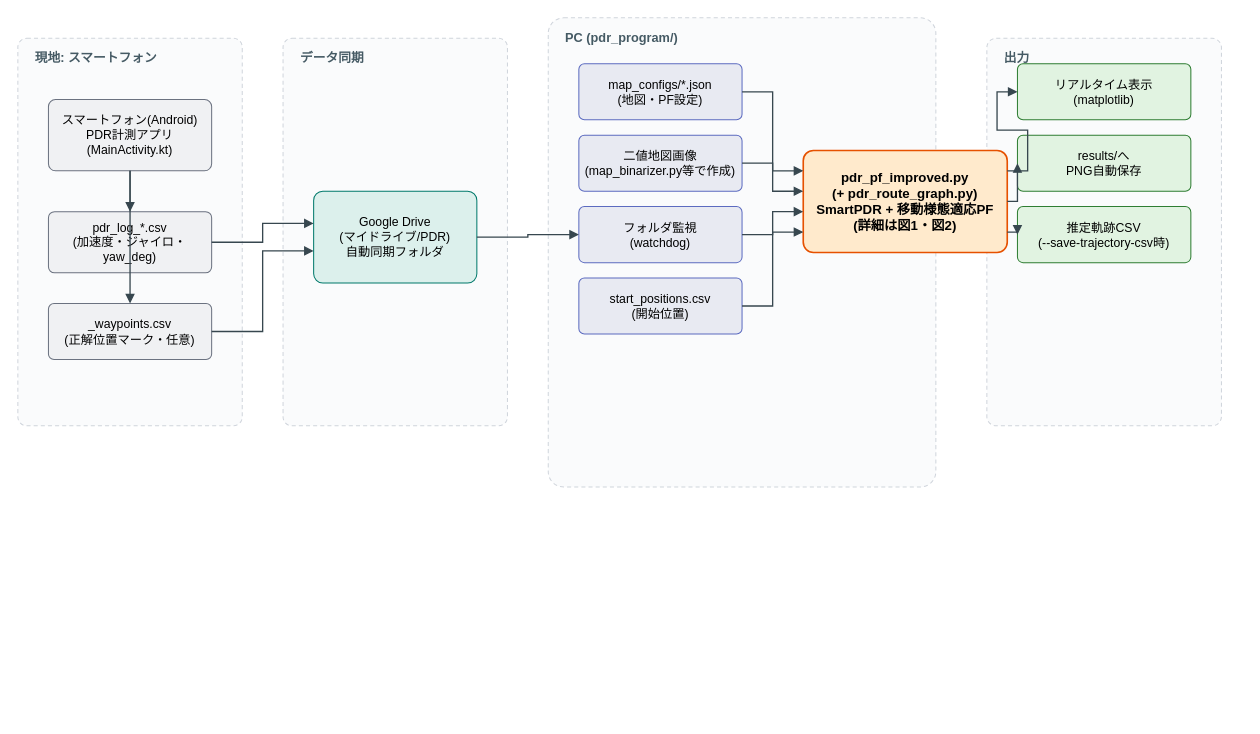
The draw.io diagram figures/pdr_system_diagram.drawio in i22satou/i22satou, before the edit. Source tidied: cells renumbered, new cells numbered last; positions are measured from the earlier drawing's top-left corner, leaving out a move shared by most shapes. Both pictures are drawn from the tidied source at 102%, with x=0, y=0 at pixel (17, 17).
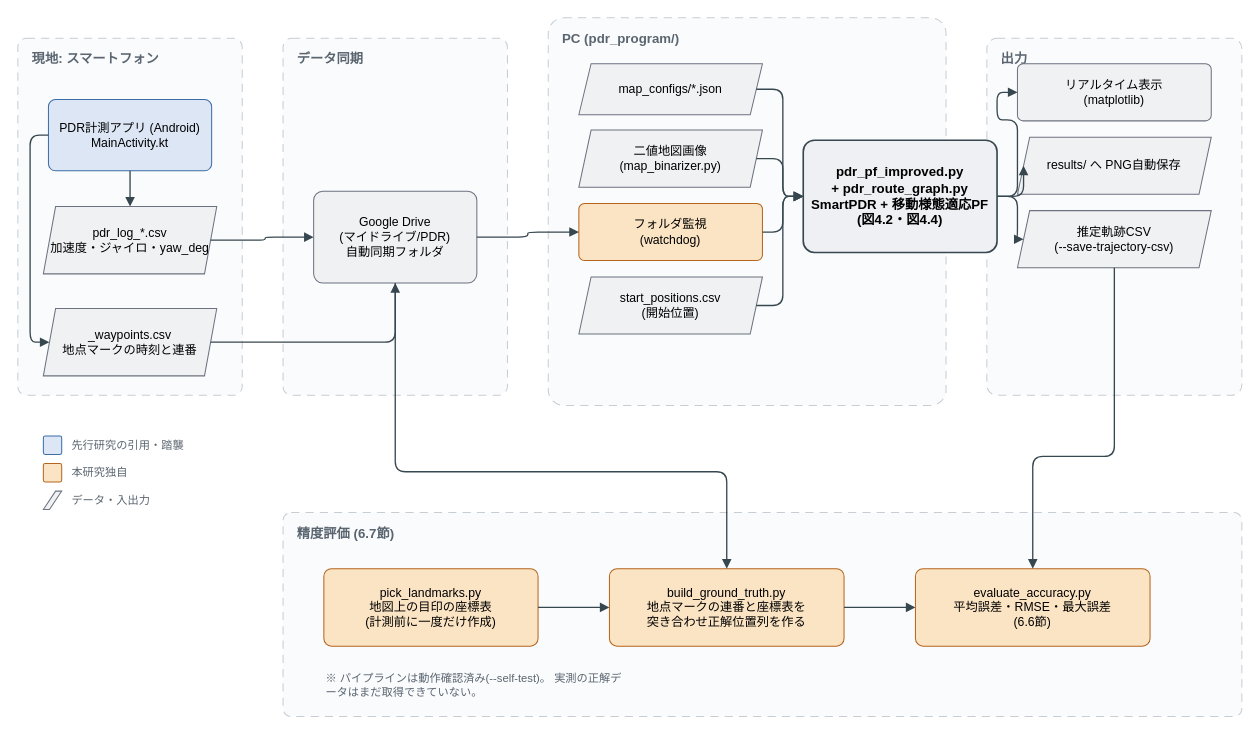
Above is the later version.

Diff of the diagram source:
```diff
@@
-    <mxCell id="2" style="rounded=1;arcSize=4;whiteSpace=wrap;html=1;fillColor=#FAFBFC;strokeColor=#D0D5DC;dashed=1;dashPattern=4 3;verticalAlign=top;" parent="1" vertex="1">
-      <mxGeometry y="20" width="220" height="380" as="geometry" />
+    <mxCell id="2" value="現地: スマートフォン" style="rounded=1;whiteSpace=wrap;html=1;fillColor=#FAFBFC;strokeColor=#C7CDD4;dashed=1;dashPattern=8 6;verticalAlign=top;align=left;spacingLeft=12;spacingTop=6;fontSize=13;fontColor=#5A6570;fontStyle=1;arcSize=4;" parent="1" vertex="1">
+      <mxGeometry y="20" width="220" height="350" as="geometry" />
     </mxCell>
-    <mxCell id="3" style="rounded=1;arcSize=4;whiteSpace=wrap;html=1;fillColor=#FAFBFC;strokeColor=#D0D5DC;dashed=1;dashPattern=4 3;verticalAlign=top;" parent="1" vertex="1">
-      <mxGeometry x="260" y="20" width="220" height="380" as="geometry" />
+    <mxCell id="3" value="データ同期" style="rounded=1;whiteSpace=wrap;html=1;fillColor=#FAFBFC;strokeColor=#C7CDD4;dashed=1;dashPattern=8 6;verticalAlign=top;align=left;spacingLeft=12;spacingTop=6;fontSize=13;fontColor=#5A6570;fontStyle=1;arcSize=4;" parent="1" vertex="1">
+      <mxGeometry x="260" y="20" width="220" height="350" as="geometry" />
     </mxCell>
-    <mxCell id="4" style="rounded=1;arcSize=4;whiteSpace=wrap;html=1;fillColor=#FAFBFC;strokeColor=#D0D5DC;dashed=1;dashPattern=4 3;verticalAlign=top;" parent="1" vertex="1">
-      <mxGeometry x="520" width="380" height="460" as="geometry" />
+    <mxCell id="4" value="PC (pdr_program/)" style="rounded=1;whiteSpace=wrap;html=1;fillColor=#FAFBFC;strokeColor=#C7CDD4;dashed=1;dashPattern=8 6;verticalAlign=top;align=left;spacingLeft=12;spacingTop=6;fontSize=13;fontColor=#5A6570;fontStyle=1;arcSize=4;" parent="1" vertex="1">
+      <mxGeometry x="520" width="390" height="380" as="geometry" />
     </mxCell>
-    <mxCell id="5" style="rounded=1;arcSize=4;whiteSpace=wrap;html=1;fillColor=#FAFBFC;strokeColor=#D0D5DC;dashed=1;dashPattern=4 3;verticalAlign=top;" parent="1" vertex="1">
-      <mxGeometry x="950" y="20" width="230" height="380" as="geometry" />
+    <mxCell id="5" value="出力" style="rounded=1;whiteSpace=wrap;html=1;fillColor=#FAFBFC;strokeColor=#C7CDD4;dashed=1;dashPattern=8 6;verticalAlign=top;align=left;spacingLeft=12;spacingTop=6;fontSize=13;fontColor=#5A6570;fontStyle=1;arcSize=4;" parent="1" vertex="1">
+      <mxGeometry x="950" y="20" width="250" height="350" as="geometry" />
     </mxCell>
+    <mxCell id="34" value="精度評価 (6.7節)" style="rounded=1;whiteSpace=wrap;html=1;fillColor=#FAFBFC;strokeColor=#C7CDD4;dashed=1;dashPattern=8 6;verticalAlign=top;align=left;spacingLeft=12;spacingTop=6;fontSize=13;fontColor=#5A6570;fontStyle=1;arcSize=4;" parent="1" vertex="1">
+      <mxGeometry x="260" y="485" width="940" height="200" as="geometry" />
+    </mxCell>
-    <mxCell id="6" value="スマートフォン(Android)&lt;br&gt;PDR計測アプリ&lt;br&gt;(MainActivity.kt)" style="rounded=1;whiteSpace=wrap;html=1;fillColor=#F0F1F3;strokeColor=#6B7280;fontSize=12;arcSize=10;" parent="1" vertex="1">
+    <mxCell id="6" value="PDR計測アプリ (Android)&lt;br&gt;MainActivity.kt" style="rounded=1;whiteSpace=wrap;html=1;fillColor=#DCE6F5;strokeColor=#3B6DA8;fontSize=12;arcSize=10;" parent="1" vertex="1">
       <mxGeometry x="30" y="80" width="160" height="70" as="geometry" />
     </mxCell>
-    <mxCell id="7" value="pdr_log_*.csv&lt;br&gt;(加速度・ジャイロ・yaw_deg)" style="rounded=1;whiteSpace=wrap;html=1;fillColor=#F0F1F3;strokeColor=#6B7280;fontSize=12;arcSize=10;" parent="1" vertex="1">
-      <mxGeometry x="30" y="190" width="160" height="60" as="geometry" />
+    <mxCell id="7" value="pdr_log_*.csv&lt;br&gt;加速度・ジャイロ・yaw_deg" style="shape=parallelogram;whiteSpace=wrap;html=1;fillColor=#F0F1F3;strokeColor=#6B7280;fontSize=12;perimeter=parallelogramPerimeter;arcSize=12;size=12;fixedSize=1;" parent="1" vertex="1">
+      <mxGeometry x="25" y="185" width="170" height="66" as="geometry" />
     </mxCell>
-    <mxCell id="8" value="_waypoints.csv&lt;br&gt;(正解位置マーク・任意)" style="rounded=1;whiteSpace=wrap;html=1;fillColor=#F0F1F3;strokeColor=#6B7280;fontSize=12;arcSize=10;" parent="1" vertex="1">
-      <mxGeometry x="30" y="280" width="160" height="55" as="geometry" />
+    <mxCell id="8" value="_waypoints.csv&lt;br&gt;地点マークの時刻と連番" style="shape=parallelogram;whiteSpace=wrap;html=1;fillColor=#F0F1F3;strokeColor=#6B7280;fontSize=12;perimeter=parallelogramPerimeter;arcSize=12;size=12;fixedSize=1;" parent="1" vertex="1">
+      <mxGeometry x="25" y="285" width="170" height="66" as="geometry" />
     </mxCell>
-    <mxCell id="9" value="Google Drive&lt;br&gt;(マイドライブ/PDR)&lt;br&gt;自動同期フォルダ" style="rounded=1;whiteSpace=wrap;html=1;fillColor=#DCF0EC;strokeColor=#00796B;fontSize=12;arcSize=10;" parent="1" vertex="1">
+    <mxCell id="9" value="Google Drive&lt;br&gt;(マイドライブ/PDR)&lt;br&gt;自動同期フォルダ" style="rounded=1;whiteSpace=wrap;html=1;fillColor=#F0F1F3;strokeColor=#6B7280;fontSize=12;arcSize=10;" parent="1" vertex="1">
       <mxGeometry x="290" y="170" width="160" height="90" as="geometry" />
     </mxCell>
+    <mxCell id="18" style="edgeStyle=orthogonalEdgeStyle;rounded=1;html=1;endArrow=block;endFill=1;strokeColor=#37474F;strokeWidth=1.3;jettySize=auto;" parent="1" edge="1" source="6" target="7">
+      <mxGeometry relative="1" as="geometry" />
+    </mxCell>
+    <mxCell id="19" style="edgeStyle=orthogonalEdgeStyle;rounded=1;html=1;endArrow=block;endFill=1;strokeColor=#37474F;strokeWidth=1.3;jettySize=auto;exitX=0;exitY=0.5;entryX=0;entryY=0.5;" parent="1" edge="1" source="6" target="8">
+      <mxGeometry relative="1" as="geometry">
+        <Array as="points">
+          <mxPoint x="12" y="115" />
+          <mxPoint x="12" y="318" />
+        </Array>
+      </mxGeometry>
+    </mxCell>
+    <mxCell id="20" style="edgeStyle=orthogonalEdgeStyle;rounded=1;html=1;endArrow=block;endFill=1;strokeColor=#37474F;strokeWidth=1.3;jettySize=auto;" parent="1" edge="1" source="7" target="9">
+      <mxGeometry relative="1" as="geometry" />
+    </mxCell>
+    <mxCell id="21" style="edgeStyle=orthogonalEdgeStyle;rounded=1;html=1;endArrow=block;endFill=1;strokeColor=#37474F;strokeWidth=1.3;jettySize=auto;exitX=1;exitY=0.5;entryX=0.5;entryY=1;" parent="1" edge="1" source="8" target="9">
+      <mxGeometry relative="1" as="geometry" />
+    </mxCell>
-    <mxCell id="10" value="map_configs/*.json&lt;br&gt;(地図・PF設定)" style="rounded=1;whiteSpace=wrap;html=1;fillColor=#E8EAF2;strokeColor=#5C6BC0;fontSize=12;arcSize=10;" parent="1" vertex="1">
-      <mxGeometry x="550" y="45" width="160" height="55" as="geometry" />
+    <mxCell id="10" value="map_configs/*.json" style="shape=parallelogram;whiteSpace=wrap;html=1;fillColor=#F0F1F3;strokeColor=#6B7280;fontSize=12;perimeter=parallelogramPerimeter;arcSize=12;size=12;fixedSize=1;" parent="1" vertex="1">
+      <mxGeometry x="550" y="45" width="180" height="50" as="geometry" />
     </mxCell>
-    <mxCell id="11" value="二値地図画像&lt;br&gt;(map_binarizer.py等で作成)" style="rounded=1;whiteSpace=wrap;html=1;fillColor=#E8EAF2;strokeColor=#5C6BC0;fontSize=12;arcSize=10;" parent="1" vertex="1">
-      <mxGeometry x="550" y="115" width="160" height="55" as="geometry" />
+    <mxCell id="11" value="二値地図画像&lt;br&gt;(map_binarizer.py)" style="shape=parallelogram;whiteSpace=wrap;html=1;fillColor=#F0F1F3;strokeColor=#6B7280;fontSize=12;perimeter=parallelogramPerimeter;arcSize=12;size=12;fixedSize=1;" parent="1" vertex="1">
+      <mxGeometry x="550" y="110" width="180" height="56" as="geometry" />
     </mxCell>
-    <mxCell id="12" value="フォルダ監視&lt;br&gt;(watchdog)" style="rounded=1;whiteSpace=wrap;html=1;fillColor=#E8EAF2;strokeColor=#5C6BC0;fontSize=12;arcSize=10;" parent="1" vertex="1">
-      <mxGeometry x="550" y="185" width="160" height="55" as="geometry" />
+    <mxCell id="12" value="フォルダ監視&lt;br&gt;(watchdog)" style="rounded=1;whiteSpace=wrap;html=1;fillColor=#FBE4C4;strokeColor=#B5651D;fontSize=12;arcSize=10;" parent="1" vertex="1">
+      <mxGeometry x="550" y="182" width="180" height="56" as="geometry" />
     </mxCell>
-    <mxCell id="13" value="start_positions.csv&lt;br&gt;(開始位置)" style="rounded=1;whiteSpace=wrap;html=1;fillColor=#E8EAF2;strokeColor=#5C6BC0;fontSize=12;arcSize=10;" parent="1" vertex="1">
-      <mxGeometry x="550" y="255" width="160" height="55" as="geometry" />
+    <mxCell id="13" value="start_positions.csv&lt;br&gt;(開始位置)" style="shape=parallelogram;whiteSpace=wrap;html=1;fillColor=#F0F1F3;strokeColor=#6B7280;fontSize=12;perimeter=parallelogramPerimeter;arcSize=12;size=12;fixedSize=1;" parent="1" vertex="1">
+      <mxGeometry x="550" y="254" width="180" height="56" as="geometry" />
     </mxCell>
-    <mxCell id="14" value="pdr_pf_improved.py&lt;br&gt;(+ pdr_route_graph.py)&lt;br&gt;SmartPDR + 移動様態適応PF&lt;br&gt;(詳細は図1・図2)" style="rounded=1;whiteSpace=wrap;html=1;fillColor=#FFEACC;strokeColor=#E65100;fontSize=13;fontStyle=1;arcSize=10;strokeWidth=1.6;" parent="1" vertex="1">
-      <mxGeometry x="770" y="130" width="200" height="100" as="geometry" />
+    <mxCell id="14" value="pdr_pf_improved.py&lt;br&gt;+ pdr_route_graph.py&lt;br&gt;SmartPDR + 移動様態適応PF&lt;br&gt;(図4.2・図4.4)" style="rounded=1;whiteSpace=wrap;html=1;fillColor=#EEF0F4;strokeColor=#37474F;fontSize=13;fontStyle=1;arcSize=10;strokeWidth=1.6;" parent="1" vertex="1">
+      <mxGeometry x="770" y="120" width="190" height="110" as="geometry" />
     </mxCell>
-    <mxCell id="15" value="リアルタイム表示&lt;br&gt;(matplotlib)" style="rounded=1;whiteSpace=wrap;html=1;fillColor=#E1F3E1;strokeColor=#2E7D32;fontSize=12;arcSize=10;" parent="1" vertex="1">
-      <mxGeometry x="980" y="45" width="170" height="55" as="geometry" />
-    </mxCell>
-    <mxCell id="16" value="results/へ&lt;br&gt;PNG自動保存" style="rounded=1;whiteSpace=wrap;html=1;fillColor=#E1F3E1;strokeColor=#2E7D32;fontSize=12;arcSize=10;" parent="1" vertex="1">
-      <mxGeometry x="980" y="115" width="170" height="55" as="geometry" />
-    </mxCell>
-    <mxCell id="17" value="推定軌跡CSV&lt;br&gt;(--save-trajectory-csv時)" style="rounded=1;whiteSpace=wrap;html=1;fillColor=#E1F3E1;strokeColor=#2E7D32;fontSize=12;arcSize=10;" parent="1" vertex="1">
-      <mxGeometry x="980" y="185" width="170" height="55" as="geometry" />
-    </mxCell>
-    <mxCell id="18" style="edgeStyle=orthogonalEdgeStyle;rounded=0;html=1;endArrow=block;endFill=1;strokeColor=#37474F;strokeWidth=1.3;jettySize=auto;fontSize=11;exitX=0.5;exitY=1;entryX=0.5;entryY=0;" parent="1" edge="1" source="6" target="7">
-      <mxGeometry relative="1" as="geometry" />
-    </mxCell>
-    <mxCell id="19" style="edgeStyle=orthogonalEdgeStyle;rounded=0;html=1;endArrow=block;endFill=1;strokeColor=#37474F;strokeWidth=1.3;jettySize=auto;fontSize=11;exitX=0.5;exitY=1;entryX=0.5;entryY=0;" parent="1" edge="1" source="6" target="8">
-      <mxGeometry relative="1" as="geometry" />
-    </mxCell>
-    <mxCell id="20" style="edgeStyle=orthogonalEdgeStyle;rounded=0;html=1;endArrow=block;endFill=1;strokeColor=#37474F;strokeWidth=1.3;jettySize=auto;fontSize=11;exitX=1;exitY=0.5;entryX=0;entryY=0.35;" parent="1" edge="1" source="7" target="9">
-      <mxGeometry relative="1" as="geometry" />
-    </mxCell>
-    <mxCell id="21" style="edgeStyle=orthogonalEdgeStyle;rounded=0;html=1;endArrow=block;endFill=1;strokeColor=#37474F;strokeWidth=1.3;jettySize=auto;fontSize=11;exitX=1;exitY=0.5;entryX=0;entryY=0.65;" parent="1" edge="1" source="8" target="9">
-      <mxGeometry relative="1" as="geometry" />
-    </mxCell>
-    <mxCell id="22" style="edgeStyle=orthogonalEdgeStyle;rounded=0;html=1;endArrow=block;endFill=1;strokeColor=#37474F;strokeWidth=1.3;jettySize=auto;fontSize=11;exitX=1;exitY=0.5;entryX=0;entryY=0.5;" parent="1" edge="1" source="9" target="12">
+    <mxCell id="22" style="edgeStyle=orthogonalEdgeStyle;rounded=1;html=1;endArrow=block;endFill=1;strokeColor=#37474F;strokeWidth=1.3;jettySize=auto;" parent="1" edge="1" source="9" target="12">
       <mxGeometry relative="1" as="geometry" />
     </mxCell>
-    <mxCell id="23" style="edgeStyle=orthogonalEdgeStyle;rounded=0;html=1;endArrow=block;endFill=1;strokeColor=#37474F;strokeWidth=1.3;jettySize=auto;fontSize=11;exitX=1;exitY=0.5;entryX=0;entryY=0.2;" parent="1" edge="1" source="10" target="14">
+    <mxCell id="23" style="edgeStyle=orthogonalEdgeStyle;rounded=1;html=1;endArrow=block;endFill=1;strokeColor=#37474F;strokeWidth=1.3;jettySize=auto;exitX=1;exitY=0.5;entryX=0;entryY=0.5;" parent="1" edge="1" source="10" target="14">
       <mxGeometry relative="1" as="geometry" />
     </mxCell>
-    <mxCell id="24" style="edgeStyle=orthogonalEdgeStyle;rounded=0;html=1;endArrow=block;endFill=1;strokeColor=#37474F;strokeWidth=1.3;jettySize=auto;fontSize=11;exitX=1;exitY=0.5;entryX=0;entryY=0.4;" parent="1" edge="1" source="11" target="14">
+    <mxCell id="24" style="edgeStyle=orthogonalEdgeStyle;rounded=1;html=1;endArrow=block;endFill=1;strokeColor=#37474F;strokeWidth=1.3;jettySize=auto;exitX=1;exitY=0.5;entryX=0;entryY=0.5;" parent="1" edge="1" source="11" target="14">
       <mxGeometry relative="1" as="geometry" />
     </mxCell>
-    <mxCell id="25" style="edgeStyle=orthogonalEdgeStyle;rounded=0;html=1;endArrow=block;endFill=1;strokeColor=#37474F;strokeWidth=1.3;jettySize=auto;fontSize=11;exitX=1;exitY=0.5;entryX=0;entryY=0.6;" parent="1" edge="1" source="12" target="14">
+    <mxCell id="25" style="edgeStyle=orthogonalEdgeStyle;rounded=1;html=1;endArrow=block;endFill=1;strokeColor=#37474F;strokeWidth=1.3;jettySize=auto;exitX=1;exitY=0.5;entryX=0;entryY=0.5;" parent="1" edge="1" source="12" target="14">
       <mxGeometry relative="1" as="geometry" />
     </mxCell>
-    <mxCell id="26" style="edgeStyle=orthogonalEdgeStyle;rounded=0;html=1;endArrow=block;endFill=1;strokeColor=#37474F;strokeWidth=1.3;jettySize=auto;fontSize=11;exitX=1;exitY=0.5;entryX=0;entryY=0.8;" parent="1" edge="1" source="13" target="14">
+    <mxCell id="26" style="edgeStyle=orthogonalEdgeStyle;rounded=1;html=1;endArrow=block;endFill=1;strokeColor=#37474F;strokeWidth=1.3;jettySize=auto;exitX=1;exitY=0.5;entryX=0;entryY=0.5;" parent="1" edge="1" source="13" target="14">
       <mxGeometry relative="1" as="geometry" />
     </mxCell>
+    <mxCell id="15" value="リアルタイム表示&lt;br&gt;(matplotlib)" style="rounded=1;whiteSpace=wrap;html=1;fillColor=#F0F1F3;strokeColor=#6B7280;fontSize=12;arcSize=10;" parent="1" vertex="1">
+      <mxGeometry x="980" y="45" width="190" height="56" as="geometry" />
+    </mxCell>
+    <mxCell id="16" value="results/ へ PNG自動保存" style="shape=parallelogram;whiteSpace=wrap;html=1;fillColor=#F0F1F3;strokeColor=#6B7280;fontSize=12;perimeter=parallelogramPerimeter;arcSize=12;size=12;fixedSize=1;" parent="1" vertex="1">
+      <mxGeometry x="980" y="117" width="190" height="56" as="geometry" />
+    </mxCell>
+    <mxCell id="17" value="推定軌跡CSV&lt;br&gt;(--save-trajectory-csv)" style="shape=parallelogram;whiteSpace=wrap;html=1;fillColor=#F0F1F3;strokeColor=#6B7280;fontSize=12;perimeter=parallelogramPerimeter;arcSize=12;size=12;fixedSize=1;" parent="1" vertex="1">
+      <mxGeometry x="980" y="189" width="190" height="56" as="geometry" />
+    </mxCell>
-    <mxCell id="27" style="edgeStyle=orthogonalEdgeStyle;rounded=0;html=1;endArrow=block;endFill=1;strokeColor=#37474F;strokeWidth=1.3;jettySize=auto;fontSize=11;exitX=1;exitY=0.2;entryX=0;entryY=0.5;" parent="1" edge="1" source="14" target="15">
+    <mxCell id="27" style="edgeStyle=orthogonalEdgeStyle;rounded=1;html=1;endArrow=block;endFill=1;strokeColor=#37474F;strokeWidth=1.3;jettySize=auto;exitX=1;exitY=0.5;entryX=0;entryY=0.5;" parent="1" edge="1" source="14" target="15">
       <mxGeometry relative="1" as="geometry" />
     </mxCell>
-    <mxCell id="28" style="edgeStyle=orthogonalEdgeStyle;rounded=0;html=1;endArrow=block;endFill=1;strokeColor=#37474F;strokeWidth=1.3;jettySize=auto;fontSize=11;exitX=1;exitY=0.5;entryX=0;entryY=0.5;" parent="1" edge="1" source="14" target="16">
+    <mxCell id="28" style="edgeStyle=orthogonalEdgeStyle;rounded=1;html=1;endArrow=block;endFill=1;strokeColor=#37474F;strokeWidth=1.3;jettySize=auto;exitX=1;exitY=0.5;entryX=0;entryY=0.5;" parent="1" edge="1" source="14" target="16">
       <mxGeometry relative="1" as="geometry" />
     </mxCell>
-    <mxCell id="29" style="edgeStyle=orthogonalEdgeStyle;rounded=0;html=1;endArrow=block;endFill=1;strokeColor=#37474F;strokeWidth=1.3;jettySize=auto;fontSize=11;exitX=1;exitY=0.8;entryX=0;entryY=0.5;" parent="1" edge="1" source="14" target="17">
+    <mxCell id="29" style="edgeStyle=orthogonalEdgeStyle;rounded=1;html=1;endArrow=block;endFill=1;strokeColor=#37474F;strokeWidth=1.3;jettySize=auto;exitX=1;exitY=0.5;entryX=0;entryY=0.5;" parent="1" edge="1" source="14" target="17">
       <mxGeometry relative="1" as="geometry" />
     </mxCell>
-    <mxCell id="30" value="現地: スマートフォン" style="text;html=1;align=left;verticalAlign=middle;fontSize=12.5;fontStyle=1;fontColor=#455A64;" parent="1" vertex="1">
-      <mxGeometry x="15" y="30" width="200" height="20" as="geometry" />
-    </mxCell>
-    <mxCell id="31" value="データ同期" style="text;html=1;align=left;verticalAlign=middle;fontSize=12.5;fontStyle=1;fontColor=#455A64;" parent="1" vertex="1">
-      <mxGeometry x="275" y="30" width="200" height="20" as="geometry" />
-    </mxCell>
-    <mxCell id="32" value="PC (pdr_program/)" style="text;html=1;align=left;verticalAlign=middle;fontSize=12.5;fontStyle=1;fontColor=#455A64;" parent="1" vertex="1">
-      <mxGeometry x="535" y="10" width="300" height="20" as="geometry" />
-    </mxCell>
-    <mxCell id="33" value="出力" style="text;html=1;align=left;verticalAlign=middle;fontSize=12.5;fontStyle=1;fontColor=#455A64;" parent="1" vertex="1">
-      <mxGeometry x="965" y="30" width="200" height="20" as="geometry" />
-    </mxCell>
+    <mxCell id="35" value="pick_landmarks.py&lt;br&gt;地図上の目印の座標表&lt;br&gt;(計測前に一度だけ作成)" style="rounded=1;whiteSpace=wrap;html=1;fillColor=#FBE4C4;strokeColor=#B5651D;fontSize=12;arcSize=10;" parent="1" vertex="1">
+      <mxGeometry x="300" y="540" width="210" height="76" as="geometry" />
+    </mxCell>
+    <mxCell id="36" value="build_ground_truth.py&lt;br&gt;地点マークの連番と座標表を&lt;br&gt;突き合わせ正解位置列を作る" style="rounded=1;whiteSpace=wrap;html=1;fillColor=#FBE4C4;strokeColor=#B5651D;fontSize=12;arcSize=10;" parent="1" vertex="1">
+      <mxGeometry x="580" y="540" width="230" height="76" as="geometry" />
+    </mxCell>
+    <mxCell id="37" value="evaluate_accuracy.py&lt;br&gt;平均誤差・RMSE・最大誤差&lt;br&gt;(6.6節)" style="rounded=1;whiteSpace=wrap;html=1;fillColor=#FBE4C4;strokeColor=#B5651D;fontSize=12;arcSize=10;" parent="1" vertex="1">
+      <mxGeometry x="880" y="540" width="230" height="76" as="geometry" />
+    </mxCell>
+    <mxCell id="38" style="edgeStyle=orthogonalEdgeStyle;rounded=1;html=1;endArrow=block;endFill=1;strokeColor=#37474F;strokeWidth=1.3;jettySize=auto;" parent="1" edge="1" source="35" target="36">
+      <mxGeometry relative="1" as="geometry" />
+    </mxCell>
+    <mxCell id="39" style="edgeStyle=orthogonalEdgeStyle;rounded=1;html=1;endArrow=block;endFill=1;strokeColor=#37474F;strokeWidth=1.3;jettySize=auto;" parent="1" edge="1" source="36" target="37">
+      <mxGeometry relative="1" as="geometry" />
+    </mxCell>
+    <mxCell id="40" style="edgeStyle=orthogonalEdgeStyle;rounded=1;html=1;endArrow=block;endFill=1;strokeColor=#37474F;strokeWidth=1.3;jettySize=auto;exitX=0.5;exitY=1;entryX=0.5;entryY=0;" parent="1" edge="1" source="9" target="36">
+      <mxGeometry relative="1" as="geometry">
+        <Array as="points">
+          <mxPoint x="370" y="445" />
+          <mxPoint x="695" y="445" />
+        </Array>
+      </mxGeometry>
+    </mxCell>
+    <mxCell id="41" style="edgeStyle=orthogonalEdgeStyle;rounded=1;html=1;endArrow=block;endFill=1;strokeColor=#37474F;strokeWidth=1.3;jettySize=auto;exitX=0.5;exitY=1;entryX=0.5;entryY=0;" parent="1" edge="1" source="17" target="37">
+      <mxGeometry relative="1" as="geometry">
+        <Array as="points">
+          <mxPoint x="1075" y="430" />
+          <mxPoint x="995" y="430" />
+        </Array>
+      </mxGeometry>
+    </mxCell>
+    <mxCell id="42" style="rounded=1;whiteSpace=wrap;html=1;fillColor=#DCE6F5;strokeColor=#3B6DA8;arcSize=10;" parent="1" vertex="1">
+      <mxGeometry x="25" y="410" width="18" height="18" as="geometry" />
+    </mxCell>
+    <mxCell id="43" value="先行研究の引用・踏襲" style="text;html=1;whiteSpace=wrap;fontSize=11;fontColor=#5A6570;align=left;verticalAlign=top;verticalAlign=middle;" parent="1" vertex="1">
+      <mxGeometry x="51" y="410" width="260" height="18" as="geometry" />
+    </mxCell>
+    <mxCell id="44" style="rounded=1;whiteSpace=wrap;html=1;fillColor=#FBE4C4;strokeColor=#B5651D;arcSize=10;" parent="1" vertex="1">
+      <mxGeometry x="25" y="437" width="18" height="18" as="geometry" />
+    </mxCell>
+    <mxCell id="45" value="本研究独自" style="text;html=1;whiteSpace=wrap;fontSize=11;fontColor=#5A6570;align=left;verticalAlign=top;verticalAlign=middle;" parent="1" vertex="1">
+      <mxGeometry x="51" y="437" width="260" height="18" as="geometry" />
+    </mxCell>
+    <mxCell id="46" style="shape=parallelogram;whiteSpace=wrap;html=1;fillColor=#F0F1F3;strokeColor=#6B7280;perimeter=parallelogramPerimeter;arcSize=12;size=12;fixedSize=1;" parent="1" vertex="1">
+      <mxGeometry x="25" y="464" width="18" height="18" as="geometry" />
+    </mxCell>
+    <mxCell id="47" value="データ・入出力" style="text;html=1;whiteSpace=wrap;fontSize=11;fontColor=#5A6570;align=left;verticalAlign=top;verticalAlign=middle;" parent="1" vertex="1">
+      <mxGeometry x="51" y="464" width="260" height="18" as="geometry" />
+    </mxCell>
+    <mxCell id="48" value="※ パイプラインは動作確認済み(--self-test)。 実測の正解データはまだ取得できていない。" style="text;html=1;whiteSpace=wrap;fontSize=11;fontColor=#5A6570;align=left;verticalAlign=top;" parent="1" vertex="1">
+      <mxGeometry x="300" y="635" width="300" height="40" as="geometry" />
+    </mxCell>
```
